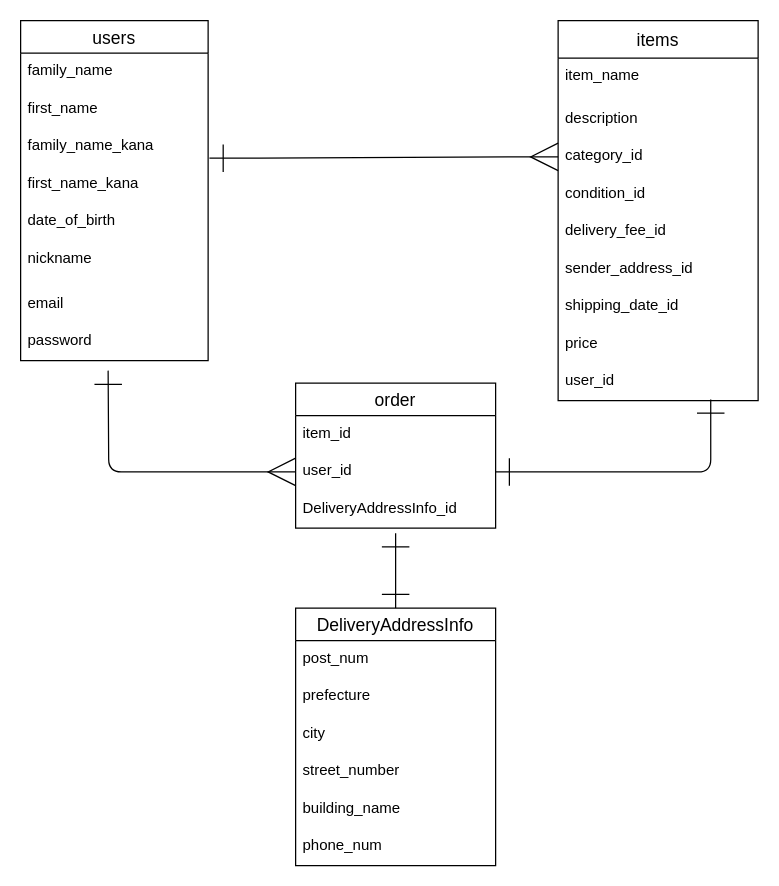
This is ER.dio from kawabataY/furima-39403, a draw.io file, before an edit. Source tidied: cells renumbered, new cells numbered last; positions are measured from the earlier drawing's top-left corner, leaving out a move shared by most shapes. Both pictures are drawn from the tidied source at 125%, with x=0, y=0 at pixel (20, 20).
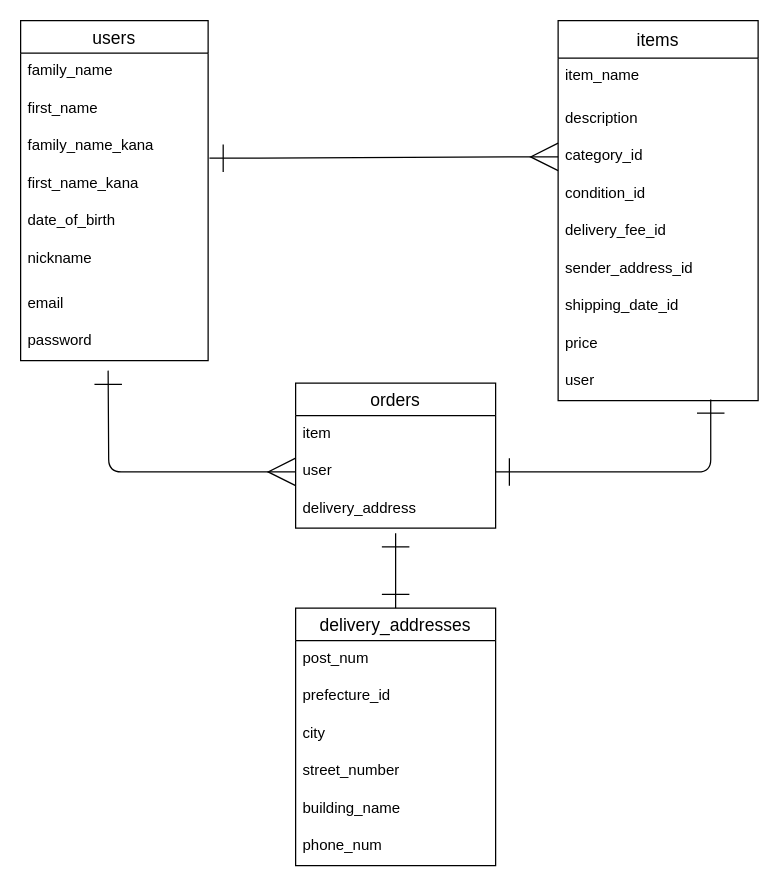
The same diagram, later.

Commit message (it also covers changes not shown here):
データベース設計修正_2

The change refers to these unchanged cells:
```xml
<mxCell id="11" value="items" style="swimlane;fontStyle=0;horizontal=1;startSize=30;align=center;fontSize=14;" parent="1" vertex="1">
  <mxGeometry x="430" width="160" height="304" as="geometry" />
</mxCell>
```

The edit, as a diff of the source:
```diff
@@
-    <mxCell id="20" value="user_id" style="text;strokeColor=none;fillColor=none;spacingLeft=4;spacingRight=4;overflow=hidden;points=[[0,0.5],[1,0.5]];portConstraint=eastwest;fontSize=12;" parent="11" vertex="1">
+    <mxCell id="20" value="user" style="text;strokeColor=none;fillColor=none;spacingLeft=4;spacingRight=4;overflow=hidden;points=[[0,0.5],[1,0.5]];portConstraint=eastwest;fontSize=12;" parent="11" vertex="1">
       <mxGeometry y="274" width="160" height="30" as="geometry" />
     </mxCell>
-    <mxCell id="21" value="order" style="swimlane;fontStyle=0;horizontal=1;startSize=26;align=center;fontSize=14;" parent="1" vertex="1">
+    <mxCell id="21" value="orders" style="swimlane;fontStyle=0;horizontal=1;startSize=26;align=center;fontSize=14;" parent="1" vertex="1">
       <mxGeometry x="220" y="290" width="160" height="116" as="geometry" />
     </mxCell>
-    <mxCell id="22" value="item_id" style="text;strokeColor=none;fillColor=none;spacingLeft=4;spacingRight=4;overflow=hidden;fontSize=12;" parent="21" vertex="1">
+    <mxCell id="22" value="item" style="text;strokeColor=none;fillColor=none;spacingLeft=4;spacingRight=4;overflow=hidden;fontSize=12;" parent="21" vertex="1">
       <mxGeometry y="26" width="160" height="30" as="geometry" />
     </mxCell>
-    <mxCell id="23" value="user_id" style="text;strokeColor=none;fillColor=none;spacingLeft=4;spacingRight=4;overflow=hidden;points=[[0,0.5],[1,0.5]];portConstraint=eastwest;fontSize=12;" parent="21" vertex="1">
+    <mxCell id="23" value="user" style="text;strokeColor=none;fillColor=none;spacingLeft=4;spacingRight=4;overflow=hidden;points=[[0,0.5],[1,0.5]];portConstraint=eastwest;fontSize=12;" parent="21" vertex="1">
       <mxGeometry y="56" width="160" height="30" as="geometry" />
     </mxCell>
-    <mxCell id="24" value="DeliveryAddressInfo_id" style="text;strokeColor=none;fillColor=none;spacingLeft=4;spacingRight=4;overflow=hidden;fontSize=12;" parent="21" vertex="1">
+    <mxCell id="24" value="delivery_address" style="text;strokeColor=none;fillColor=none;spacingLeft=4;spacingRight=4;overflow=hidden;fontSize=12;" parent="21" vertex="1">
       <mxGeometry y="86" width="160" height="30" as="geometry" />
     </mxCell>
@@
-    <mxCell id="29" value="DeliveryAddressInfo" style="swimlane;fontStyle=0;horizontal=1;startSize=26;align=center;fontSize=14;" parent="1" vertex="1">
+    <mxCell id="29" value="delivery_addresses" style="swimlane;fontStyle=0;horizontal=1;startSize=26;align=center;fontSize=14;" parent="1" vertex="1">
       <mxGeometry x="220" y="470" width="160" height="206" as="geometry" />
     </mxCell>
@@
-    <mxCell id="31" value="prefecture" style="text;strokeColor=none;fillColor=none;spacingLeft=4;spacingRight=4;overflow=hidden;fontSize=12;" parent="29" vertex="1">
+    <mxCell id="31" value="prefecture_id" style="text;strokeColor=none;fillColor=none;spacingLeft=4;spacingRight=4;overflow=hidden;fontSize=12;" parent="29" vertex="1">
       <mxGeometry y="56" width="160" height="30" as="geometry" />
     </mxCell>
```
